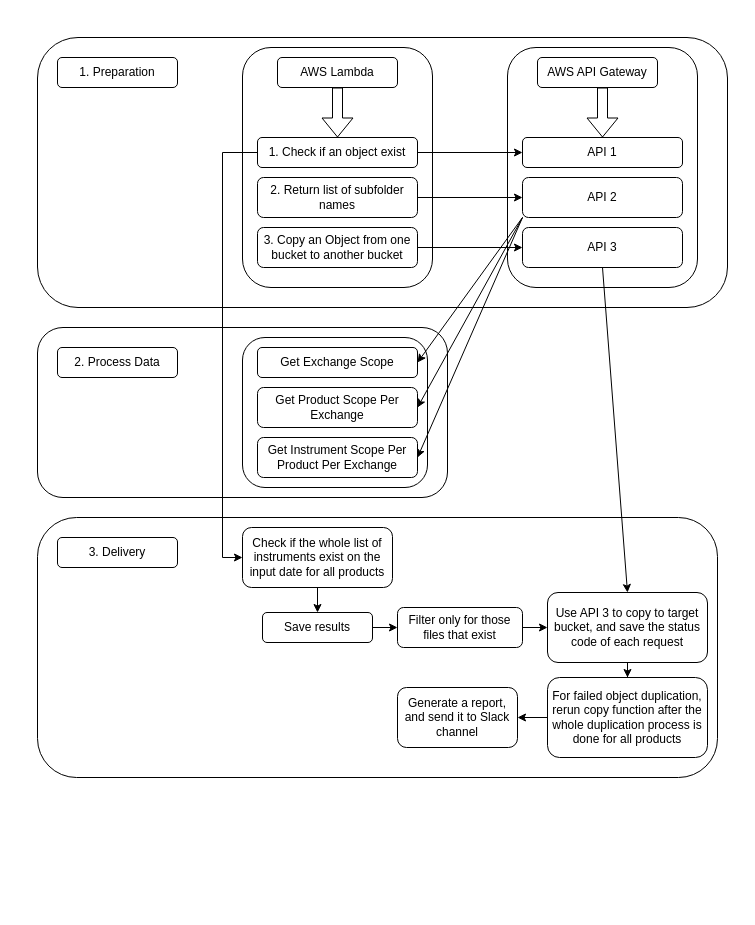
handsomevictor/large_files keeps this draw.io diagram as deprecating_depost_v1.drawio. Above is the earlier version. Source tidied: cells renumbered, new cells numbered last; positions are measured from the earlier drawing's top-left corner, leaving out a move shared by most shapes. Both pictures are drawn from the tidied source at 100%, with x=0, y=0 at pixel (37, 37).
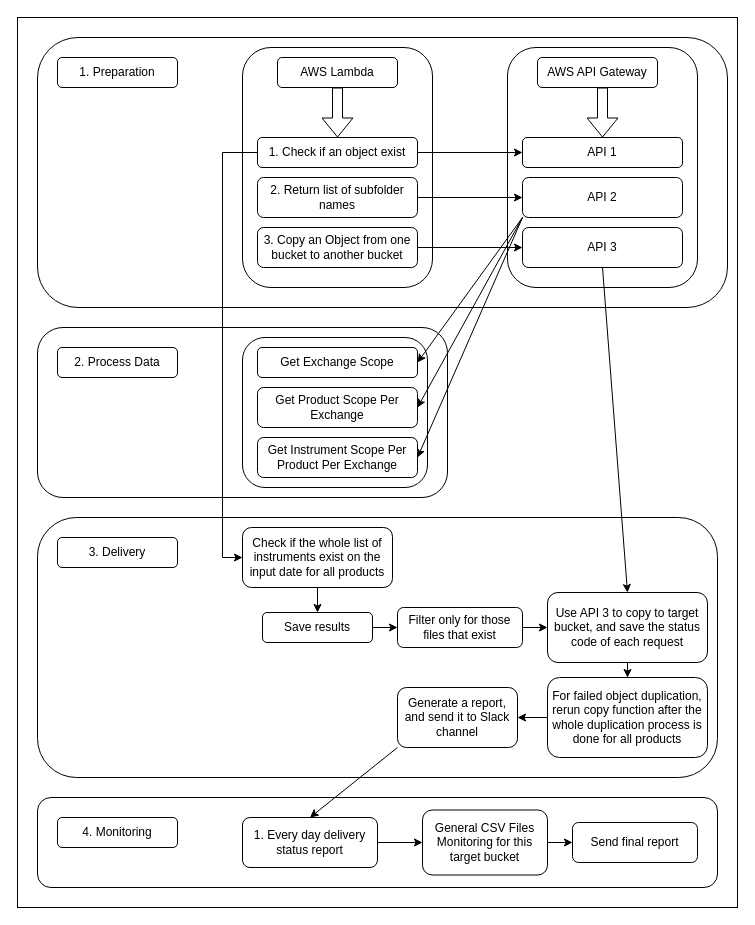
After the change.

Unchanged cells that the change refers to:
```xml
<mxCell id="43" value="Generate a report, and send it to Slack channel" style="whiteSpace=wrap;html=1;rounded=1;" parent="1" vertex="1">
  <mxGeometry x="360" y="650" width="120" height="60" as="geometry" />
</mxCell>
```

The edit, as a diff of the source:
```diff
@@
+    <mxCell id="44" style="rounded=0;whiteSpace=wrap;html=1;" parent="1" vertex="1">
+      <mxGeometry x="-20" y="-20" width="720" height="890" as="geometry" />
+    </mxCell>
+    <mxCell id="45" style="rounded=1;whiteSpace=wrap;html=1;" parent="1" vertex="1">
+      <mxGeometry y="760" width="680" height="90" as="geometry" />
+    </mxCell>
@@
+    <mxCell id="46" value="4. Monitoring" style="rounded=1;whiteSpace=wrap;html=1;" parent="1" vertex="1">
+      <mxGeometry x="20" y="780" width="120" height="30" as="geometry" />
+    </mxCell>
+    <mxCell id="47" style="edgeStyle=orthogonalEdgeStyle;rounded=0;jettySize=auto;html=1;" parent="1" edge="1" source="48" target="50">
+      <mxGeometry relative="1" as="geometry" />
+    </mxCell>
+    <mxCell id="48" value="1. Every day delivery status report" style="rounded=1;whiteSpace=wrap;html=1;" parent="1" vertex="1">
+      <mxGeometry x="205" y="780" width="135" height="50" as="geometry" />
+    </mxCell>
+    <mxCell id="49" style="edgeStyle=orthogonalEdgeStyle;rounded=0;jettySize=auto;html=1;" parent="1" edge="1" source="50" target="51">
+      <mxGeometry relative="1" as="geometry" />
+    </mxCell>
+    <mxCell id="50" value="General CSV Files Monitoring for this target bucket" style="whiteSpace=wrap;html=1;rounded=1;" parent="1" vertex="1">
+      <mxGeometry x="385" y="772.5" width="125" height="65" as="geometry" />
+    </mxCell>
+    <mxCell id="51" value="Send final report" style="whiteSpace=wrap;html=1;rounded=1;" parent="1" vertex="1">
+      <mxGeometry x="535" y="785" width="125" height="40" as="geometry" />
+    </mxCell>
+    <mxCell id="52" style="rounded=0;jettySize=auto;html=1;exitX=0;exitY=1;exitDx=0;exitDy=0;entryX=0.5;entryY=0;entryDx=0;entryDy=0;" parent="1" edge="1" source="43" target="48">
+      <mxGeometry relative="1" as="geometry" />
+    </mxCell>
```
